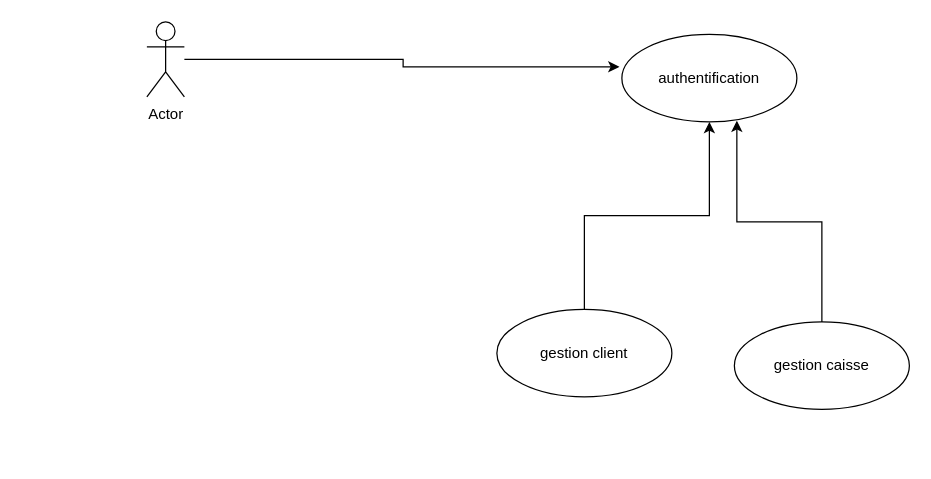
Before: Architecture_microservices.drawio in walid2406/Gestion_de_caisse, a draw.io diagram. Source tidied: cells renumbered, new cells numbered last; positions are measured from the earlier drawing's top-left corner, leaving out a move shared by most shapes. Both pictures are drawn from the tidied source at 125%, with x=0, y=0 at pixel (146, 21).
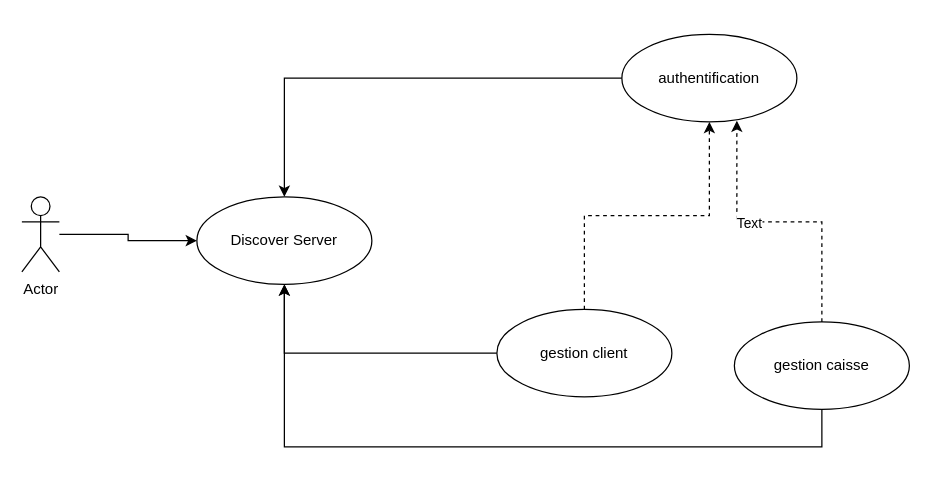
The same diagram, later.

What changed in the source:
```diff
@@
 <mxGraphModel>
   <root>
     <mxCell id="0" />
     <mxCell id="1" parent="0" />
-    <mxCell id="2" style="edgeStyle=orthogonalEdgeStyle;rounded=0;jettySize=auto;html=1;" parent="1" edge="1" source="3" target="8">
+    <mxCell id="2" style="edgeStyle=orthogonalEdgeStyle;rounded=0;jettySize=auto;html=1;dashed=1;" parent="1" edge="1" source="3" target="8">
       <mxGeometry relative="1" as="geometry" />
     </mxCell>
+    <mxCell id="9" style="edgeStyle=orthogonalEdgeStyle;rounded=0;jettySize=auto;html=1;" parent="1" edge="1" source="3" target="14">
+      <mxGeometry relative="1" as="geometry" />
+    </mxCell>
     <mxCell id="3" value="gestion client" style="ellipse;whiteSpace=wrap;html=1;" parent="1" vertex="1">
       <mxGeometry x="280" y="230" width="140" height="70" as="geometry" />
     </mxCell>
-    <mxCell id="4" style="edgeStyle=orthogonalEdgeStyle;rounded=0;jettySize=auto;html=1;entryX=0.657;entryY=0.986;entryDx=0;entryDy=0;entryPerimeter=0;" parent="1" edge="1" source="5" target="8">
+    <mxCell id="4" style="edgeStyle=orthogonalEdgeStyle;rounded=0;jettySize=auto;html=1;entryX=0.657;entryY=0.986;entryDx=0;entryDy=0;entryPerimeter=0;dashed=1;" parent="1" edge="1" source="5" target="8">
       <mxGeometry relative="1" as="geometry" />
     </mxCell>
+    <mxCell id="10" value="Text" style="edgeLabel;html=1;align=center;verticalAlign=middle;" parent="4" vertex="1">
+      <mxGeometry x="0.21" relative="1" as="geometry" />
+    </mxCell>
+    <mxCell id="11" style="edgeStyle=orthogonalEdgeStyle;rounded=0;jettySize=auto;html=1;" parent="1" edge="1" source="5" target="14">
+      <mxGeometry relative="1" as="geometry">
+        <Array as="points">
+          <mxPoint x="540" y="340" />
+          <mxPoint x="110" y="340" />
+        </Array>
+      </mxGeometry>
+    </mxCell>
     <mxCell id="5" value="gestion caisse" style="ellipse;whiteSpace=wrap;html=1;" parent="1" vertex="1">
       <mxGeometry x="470" y="240" width="140" height="70" as="geometry" />
     </mxCell>
-    <mxCell id="6" style="edgeStyle=orthogonalEdgeStyle;rounded=0;jettySize=auto;html=1;entryX=-0.014;entryY=0.371;entryDx=0;entryDy=0;entryPerimeter=0;" parent="1" edge="1" source="7" target="8">
-      <mxGeometry relative="1" as="geometry" />
-    </mxCell>
+    <mxCell id="12" style="edgeStyle=orthogonalEdgeStyle;rounded=0;jettySize=auto;html=1;" parent="1" edge="1" source="7" target="14">
+      <mxGeometry relative="1" as="geometry" />
+    </mxCell>
     <mxCell id="7" value="Actor" style="shape=umlActor;verticalLabelPosition=bottom;verticalAlign=top;html=1;" parent="1" vertex="1">
-      <mxGeometry width="30" height="60" as="geometry" />
+      <mxGeometry x="-100" y="140" width="30" height="60" as="geometry" />
     </mxCell>
+    <mxCell id="13" style="edgeStyle=orthogonalEdgeStyle;rounded=0;jettySize=auto;html=1;" parent="1" edge="1" source="8" target="14">
+      <mxGeometry relative="1" as="geometry" />
+    </mxCell>
     <mxCell id="8" value="authentification" style="ellipse;whiteSpace=wrap;html=1;" parent="1" vertex="1">
       <mxGeometry x="380" y="10" width="140" height="70" as="geometry" />
     </mxCell>
+    <mxCell id="14" value="Discover Server&lt;br&gt;" style="ellipse;whiteSpace=wrap;html=1;" parent="1" vertex="1">
+      <mxGeometry x="40" y="140" width="140" height="70" as="geometry" />
+    </mxCell>
   </root>
 </mxGraphModel>
```
